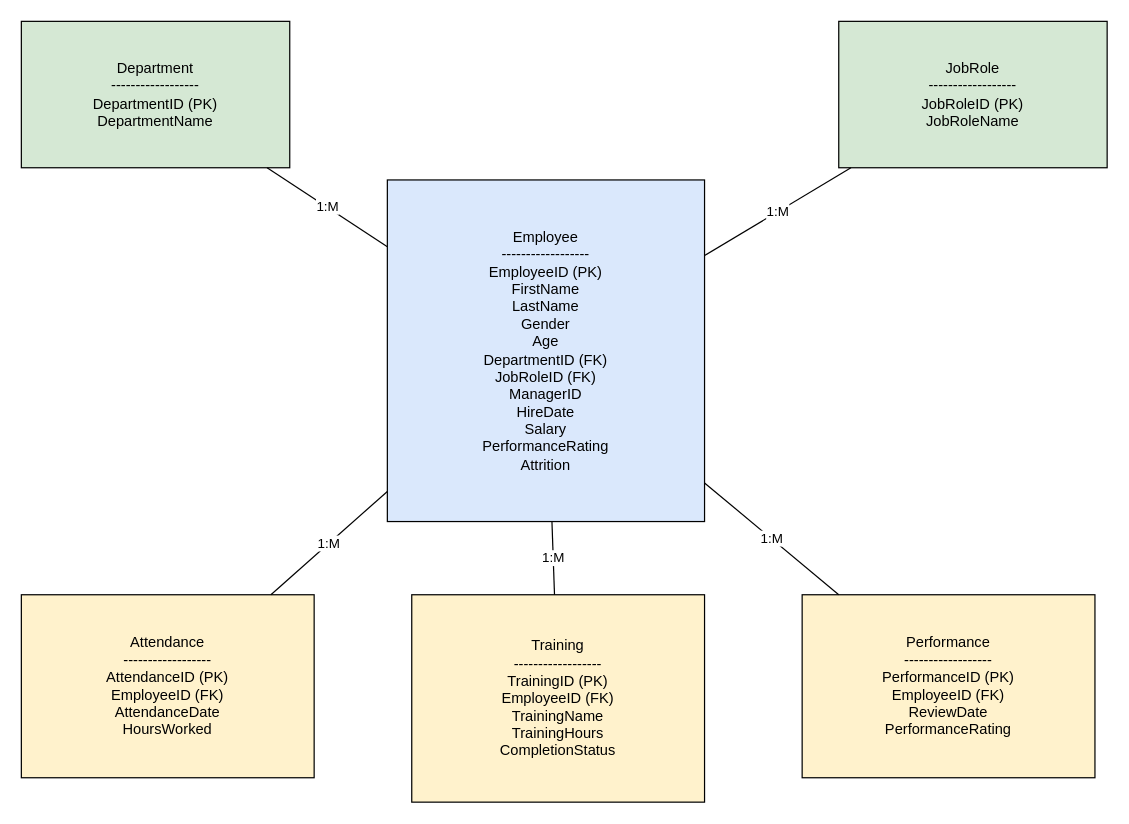
Earlier version of the draw.io diagram diagram/ER_Diagram_OLTP.drawio (Sanviiiii/TalentTrace). Source tidied: cells renumbered, new cells numbered last; positions are measured from the earlier drawing's top-left corner, leaving out a move shared by most shapes. Both pictures are drawn from the tidied source at 122%, with x=0, y=0 at pixel (21, 21).
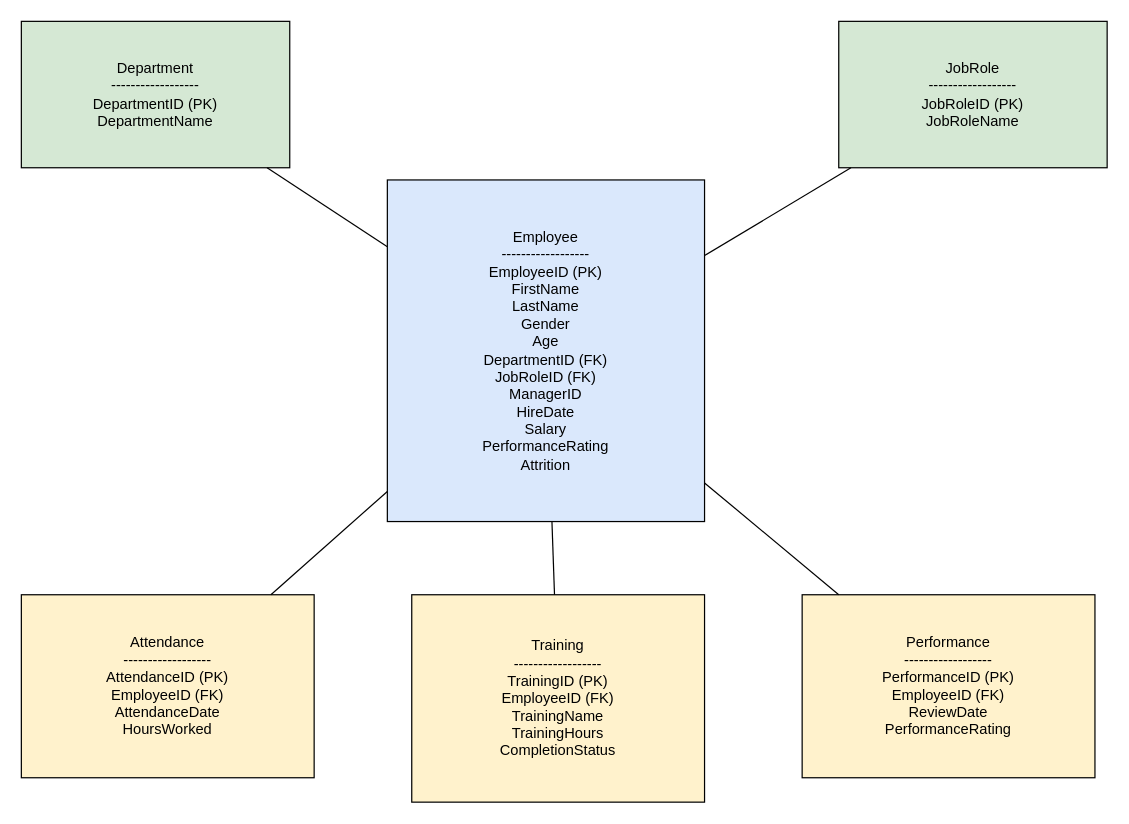
Above is the later version.

Commit message (it also covers changes not shown here):
Added OLTP and OLAP diagrams

Change to the diagram source:
```diff
@@
 <mxGraphModel>
   <root>
     <mxCell id="0" />
     <mxCell id="1" parent="0" />
     <mxCell id="2" value="Department&#10;------------------&#10;DepartmentID (PK)&#10;DepartmentName" style="rounded=0;whiteSpace=wrap;html=1;fillColor=#d5e8d4;" parent="1" vertex="1">
       <mxGeometry width="220" height="120" as="geometry" />
     </mxCell>
     <mxCell id="3" value="Employee&#10;------------------&#10;EmployeeID (PK)&#10;FirstName&#10;LastName&#10;Gender&#10;Age&#10;DepartmentID (FK)&#10;JobRoleID (FK)&#10;ManagerID&#10;HireDate&#10;Salary&#10;PerformanceRating&#10;Attrition" style="rounded=0;whiteSpace=wrap;html=1;fillColor=#dae8fc;" parent="1" vertex="1">
       <mxGeometry x="300" y="130" width="260" height="280" as="geometry" />
     </mxCell>
     <mxCell id="4" value="JobRole&#10;------------------&#10;JobRoleID (PK)&#10;JobRoleName" style="rounded=0;whiteSpace=wrap;html=1;fillColor=#d5e8d4;" parent="1" vertex="1">
       <mxGeometry x="670" width="220" height="120" as="geometry" />
     </mxCell>
     <mxCell id="5" value="Attendance&#10;------------------&#10;AttendanceID (PK)&#10;EmployeeID (FK)&#10;AttendanceDate&#10;HoursWorked" style="rounded=0;whiteSpace=wrap;html=1;fillColor=#fff2cc;" parent="1" vertex="1">
       <mxGeometry y="470" width="240" height="150" as="geometry" />
     </mxCell>
     <mxCell id="6" value="Training&#10;------------------&#10;TrainingID (PK)&#10;EmployeeID (FK)&#10;TrainingName&#10;TrainingHours&#10;CompletionStatus" style="rounded=0;whiteSpace=wrap;html=1;fillColor=#fff2cc;" parent="1" vertex="1">
       <mxGeometry x="320" y="470" width="240" height="170" as="geometry" />
     </mxCell>
     <mxCell id="7" value="Performance&#10;------------------&#10;PerformanceID (PK)&#10;EmployeeID (FK)&#10;ReviewDate&#10;PerformanceRating" style="rounded=0;whiteSpace=wrap;html=1;fillColor=#fff2cc;" parent="1" vertex="1">
       <mxGeometry x="640" y="470" width="240" height="150" as="geometry" />
     </mxCell>
-    <mxCell id="8" value="1:M" style="endArrow=none;html=1;" parent="1" edge="1" source="2" target="3">
+    <mxCell id="8" style="endArrow=none;html=1;" parent="1" edge="1" source="2" target="3">
       <mxGeometry relative="1" as="geometry" />
     </mxCell>
-    <mxCell id="9" value="1:M" style="endArrow=none;html=1;" parent="1" edge="1" source="4" target="3">
+    <mxCell id="9" style="endArrow=none;html=1;" parent="1" edge="1" source="4" target="3">
       <mxGeometry relative="1" as="geometry" />
     </mxCell>
-    <mxCell id="10" value="1:M" style="endArrow=none;html=1;" parent="1" edge="1" source="3" target="5">
+    <mxCell id="10" style="endArrow=none;html=1;" parent="1" edge="1" source="3" target="5">
       <mxGeometry relative="1" as="geometry" />
     </mxCell>
-    <mxCell id="11" value="1:M" style="endArrow=none;html=1;" parent="1" edge="1" source="3" target="6">
+    <mxCell id="11" style="endArrow=none;html=1;" parent="1" edge="1" source="3" target="6">
       <mxGeometry relative="1" as="geometry" />
     </mxCell>
-    <mxCell id="12" value="1:M" style="endArrow=none;html=1;" parent="1" edge="1" source="3" target="7">
+    <mxCell id="12" style="endArrow=none;html=1;" parent="1" edge="1" source="3" target="7">
       <mxGeometry relative="1" as="geometry" />
     </mxCell>
   </root>
 </mxGraphModel>
```
